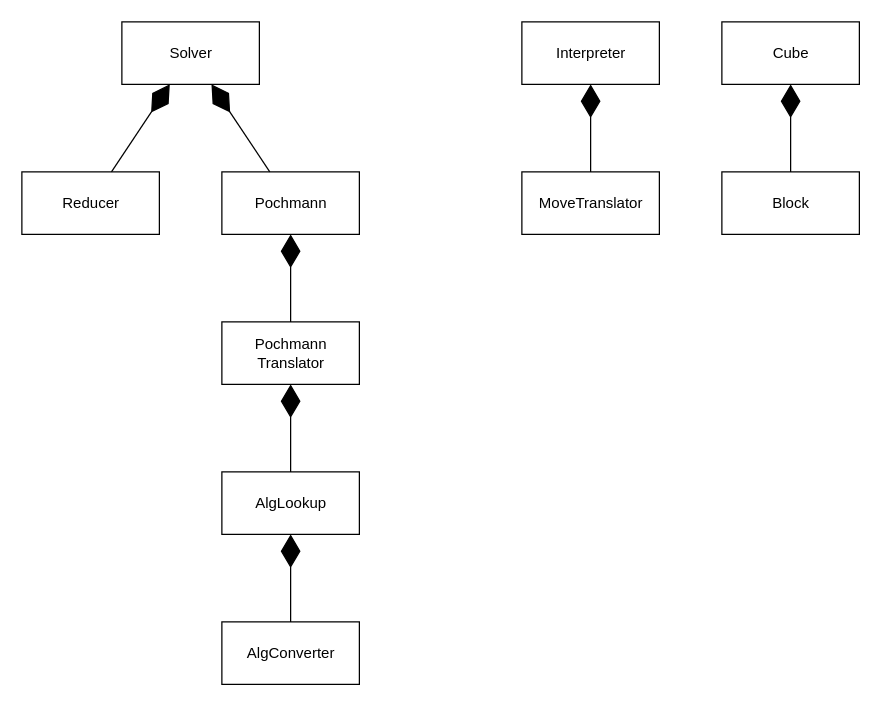
catsymptote/RCubeSolver keeps this draw.io diagram as docs/class_diagram.drawio. Above is the earlier version. Source tidied: cells renumbered, new cells numbered last; positions are measured from the earlier drawing's top-left corner, leaving out a move shared by most shapes. Both pictures are drawn from the tidied source at 125%, with x=0, y=0 at pixel (21, 21).
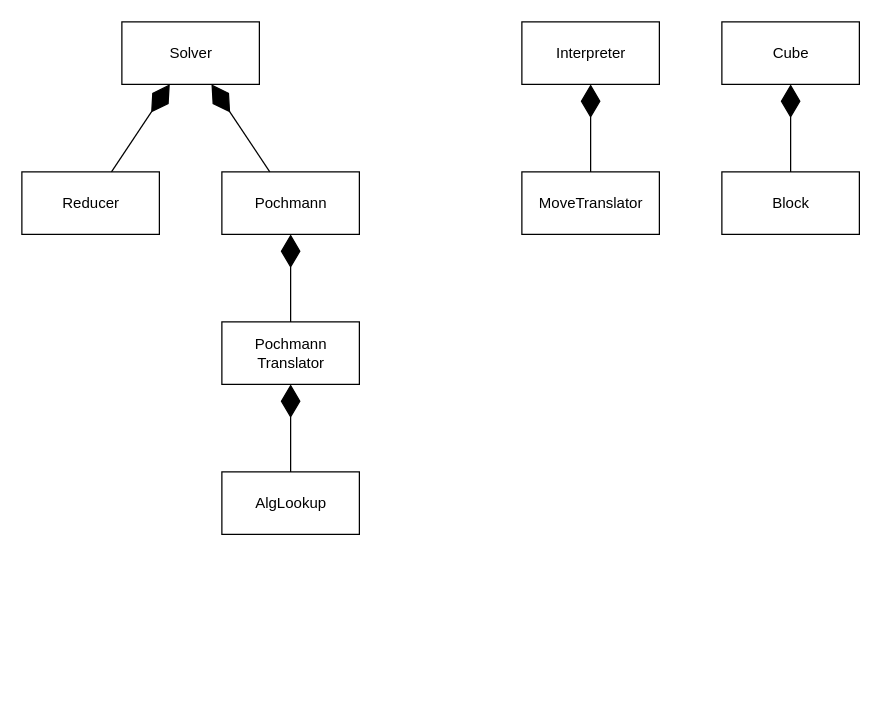
The same diagram, later.

Commit message (it also covers changes not shown here):
Moved AlgConverter into AlgLookup

The edit, as a diff of the source:
```diff
@@
 <mxGraphModel>
   <root>
     <mxCell id="0" />
     <mxCell id="1" parent="0" />
-    <mxCell id="2" value="AlgConverter" style="html=1;" parent="1" vertex="1">
-      <mxGeometry x="160" y="480" width="110" height="50" as="geometry" />
-    </mxCell>
     <mxCell id="3" value="AlgLookup" style="html=1;" parent="1" vertex="1">
       <mxGeometry x="160" y="360" width="110" height="50" as="geometry" />
     </mxCell>
     <mxCell id="4" value="Block" style="html=1;" parent="1" vertex="1">
       <mxGeometry x="560" y="120" width="110" height="50" as="geometry" />
     </mxCell>
     <mxCell id="5" value="Cube" style="html=1;" parent="1" vertex="1">
       <mxGeometry x="560" width="110" height="50" as="geometry" />
     </mxCell>
     <mxCell id="6" value="Pochmann" style="html=1;" parent="1" vertex="1">
       <mxGeometry x="160" y="120" width="110" height="50" as="geometry" />
     </mxCell>
     <mxCell id="7" value="Interpreter" style="html=1;" parent="1" vertex="1">
       <mxGeometry x="400" width="110" height="50" as="geometry" />
     </mxCell>
     <mxCell id="8" value="MoveTranslator" style="html=1;" parent="1" vertex="1">
       <mxGeometry x="400" y="120" width="110" height="50" as="geometry" />
     </mxCell>
     <mxCell id="9" value="Pochmann&lt;br&gt;Translator" style="html=1;" parent="1" vertex="1">
       <mxGeometry x="160" y="240" width="110" height="50" as="geometry" />
     </mxCell>
     <mxCell id="10" value="Reducer" style="html=1;" parent="1" vertex="1">
       <mxGeometry y="120" width="110" height="50" as="geometry" />
     </mxCell>
-    <mxCell id="11" style="endArrow=diamondThin;endFill=1;endSize=24;html=1;" parent="1" edge="1" source="2" target="3">
-      <mxGeometry relative="1" as="geometry" />
-    </mxCell>
     <mxCell id="12" style="endArrow=diamondThin;endFill=1;endSize=24;html=1;" parent="1" edge="1" source="4" target="5">
       <mxGeometry relative="1" as="geometry" />
     </mxCell>
     <mxCell id="13" style="endArrow=diamondThin;endFill=1;endSize=24;html=1;" parent="1" edge="1" source="8" target="7">
       <mxGeometry relative="1" as="geometry" />
     </mxCell>
     <mxCell id="14" style="endArrow=diamondThin;endFill=1;endSize=24;html=1;" parent="1" edge="1" source="3" target="9">
       <mxGeometry relative="1" as="geometry" />
     </mxCell>
     <mxCell id="15" style="endArrow=diamondThin;endFill=1;endSize=24;html=1;" parent="1" edge="1" source="9" target="6">
       <mxGeometry relative="1" as="geometry" />
     </mxCell>
     <mxCell id="16" value="Solver" style="html=1;" parent="1" vertex="1">
       <mxGeometry x="80" width="110" height="50" as="geometry" />
     </mxCell>
     <mxCell id="17" style="endArrow=diamondThin;endFill=1;endSize=24;html=1;" parent="1" edge="1" source="10" target="16">
       <mxGeometry relative="1" as="geometry" />
     </mxCell>
     <mxCell id="18" style="endArrow=diamondThin;endFill=1;endSize=24;html=1;" parent="1" edge="1" source="6" target="16">
       <mxGeometry relative="1" as="geometry" />
     </mxCell>
   </root>
 </mxGraphModel>
```
